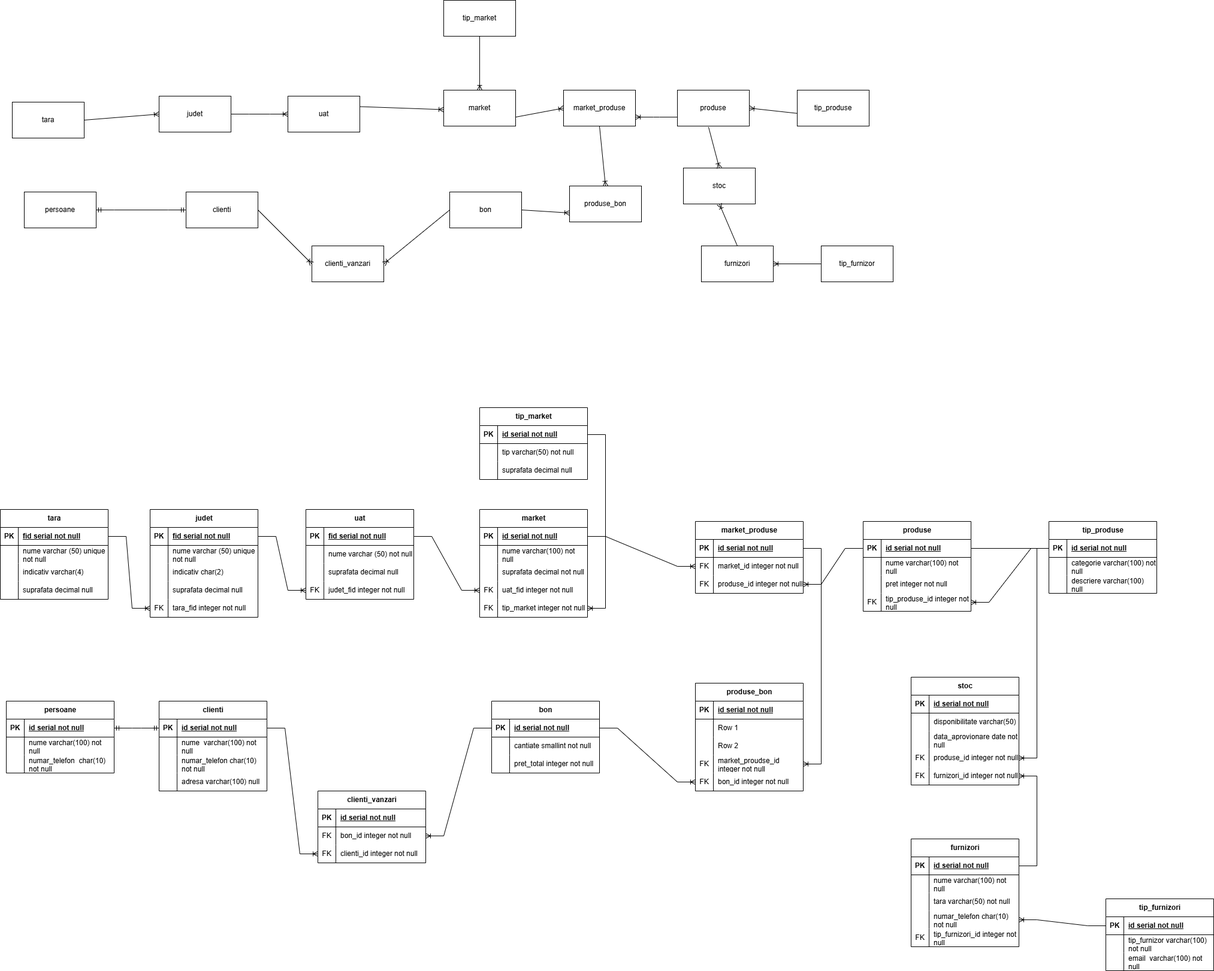
This is exercitiu_ora_abstract.drawio.png from RaulHeciko/exercitu_sem1_Raul, a draw.io export, as it was before one commit. Source tidied: cells renumbered, new cells last; positions are measured from the earlier drawing's top-left corner, leaving out a move shared by most shapes.
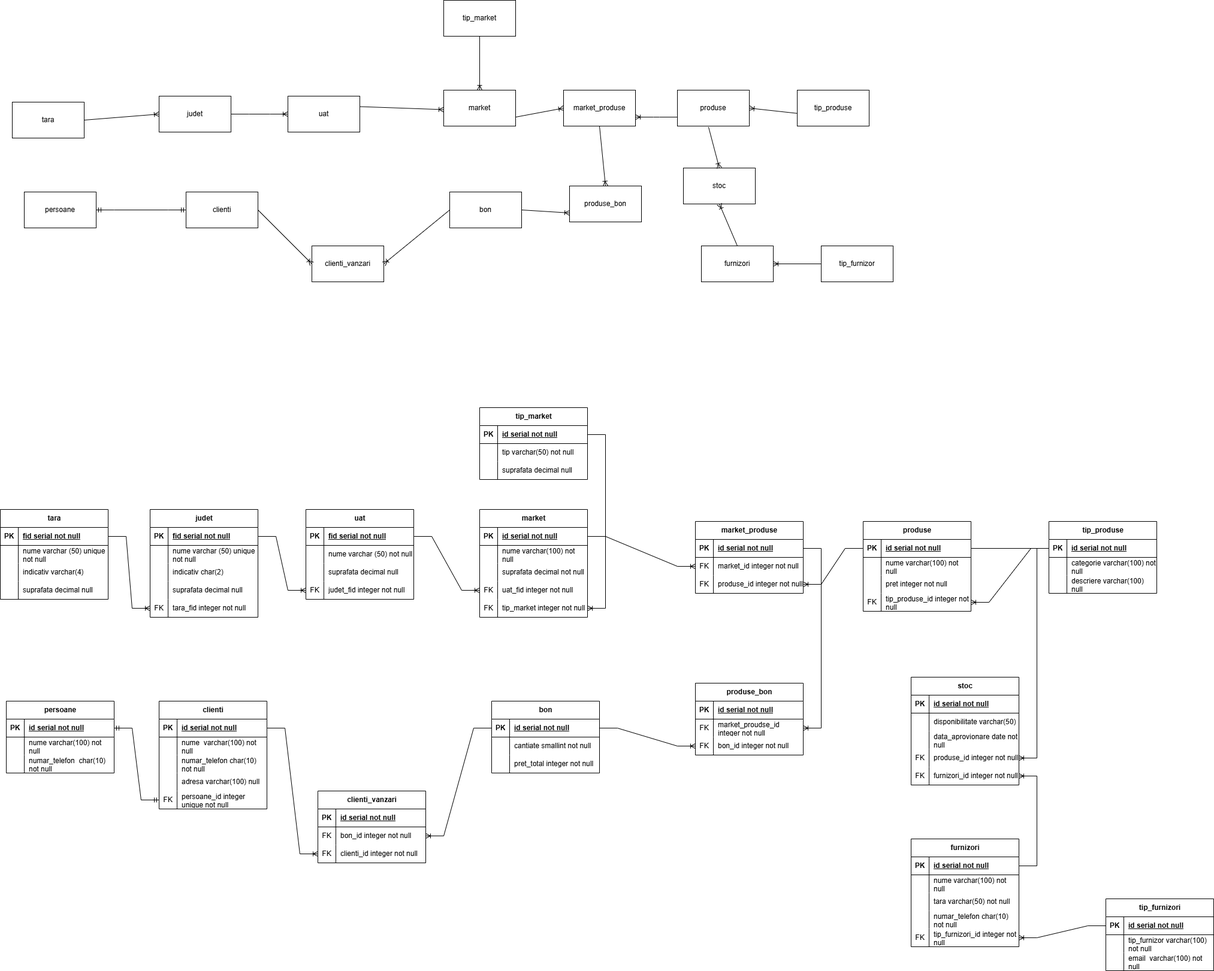
After the change.

Diff of the diagram source:
```diff
@@ -425,7 +425,7 @@
       <mxGeometry relative="1" as="geometry" />
     </mxCell>
     <mxCell id="141" value="produse_bon" style="shape=table;startSize=30;rowLines=0;fontStyle=1;align=center;html=1;" parent="1" vertex="1">
-      <mxGeometry x="1160" y="1140" width="180" height="180" as="geometry" />
+      <mxGeometry x="1160" y="1140" width="180" height="120" as="geometry" />
     </mxCell>
     <mxCell id="142" style="shape=tableRow;horizontal=0;startSize=0;swimlaneHead=0;swimlaneBody=0;fillColor=none;top=0;left=0;right=0;bottom=1;" parent="141" vertex="1">
       <mxGeometry y="30" width="180" height="30" as="geometry" />
@@ -436,26 +436,8 @@
     <mxCell id="144" value="id serial not null" style="shape=partialRectangle;fillColor=none;top=0;left=0;bottom=0;right=0;align=left;spacingLeft=6;fontStyle=5;overflow=hidden;whiteSpace=wrap;html=1;" parent="142" vertex="1">
       <mxGeometry x="30" width="150" height="30" as="geometry" />
     </mxCell>
-    <mxCell id="145" style="shape=tableRow;horizontal=0;startSize=0;swimlaneHead=0;swimlaneBody=0;fillColor=none;top=0;left=0;right=0;bottom=0;" parent="141" vertex="1">
-      <mxGeometry y="60" width="180" height="30" as="geometry" />
-    </mxCell>
-    <mxCell id="146" style="shape=partialRectangle;fillColor=none;top=0;left=0;bottom=0;right=0;overflow=hidden;whiteSpace=wrap;html=1;" parent="145" vertex="1">
-      <mxGeometry width="30" height="30" as="geometry" />
-    </mxCell>
-    <mxCell id="147" value="Row 1" style="shape=partialRectangle;fillColor=none;top=0;left=0;bottom=0;right=0;align=left;spacingLeft=6;overflow=hidden;whiteSpace=wrap;html=1;" parent="145" vertex="1">
-      <mxGeometry x="30" width="150" height="30" as="geometry" />
-    </mxCell>
-    <mxCell id="148" style="shape=tableRow;horizontal=0;startSize=0;swimlaneHead=0;swimlaneBody=0;fillColor=none;top=0;left=0;right=0;bottom=0;" parent="141" vertex="1">
-      <mxGeometry y="90" width="180" height="30" as="geometry" />
-    </mxCell>
-    <mxCell id="149" style="shape=partialRectangle;fillColor=none;top=0;left=0;bottom=0;right=0;overflow=hidden;whiteSpace=wrap;html=1;" parent="148" vertex="1">
-      <mxGeometry width="30" height="30" as="geometry" />
-    </mxCell>
-    <mxCell id="150" value="Row 2" style="shape=partialRectangle;fillColor=none;top=0;left=0;bottom=0;right=0;align=left;spacingLeft=6;overflow=hidden;whiteSpace=wrap;html=1;" parent="148" vertex="1">
-      <mxGeometry x="30" width="150" height="30" as="geometry" />
-    </mxCell>
     <mxCell id="151" style="shape=tableRow;horizontal=0;startSize=0;swimlaneHead=0;swimlaneBody=0;fillColor=none;points=[[0,0.5],[1,0.5]];portConstraint=eastwest;top=0;left=0;right=0;bottom=0;" parent="141" vertex="1">
-      <mxGeometry y="120" width="180" height="30" as="geometry" />
+      <mxGeometry y="60" width="180" height="30" as="geometry" />
     </mxCell>
     <mxCell id="152" value="FK" style="shape=partialRectangle;fillColor=none;top=0;left=0;bottom=0;right=0;overflow=hidden;whiteSpace=wrap;html=1;" parent="151" vertex="1">
       <mxGeometry width="30" height="30" as="geometry" />
@@ -464,7 +446,7 @@
       <mxGeometry x="30" width="150" height="30" as="geometry" />
     </mxCell>
     <mxCell id="154" style="shape=tableRow;horizontal=0;startSize=0;swimlaneHead=0;swimlaneBody=0;fillColor=none;points=[[0,0.5],[1,0.5]];portConstraint=eastwest;top=0;left=0;right=0;bottom=0;" parent="141" vertex="1">
-      <mxGeometry y="150" width="180" height="30" as="geometry" />
+      <mxGeometry y="90" width="180" height="30" as="geometry" />
     </mxCell>
     <mxCell id="155" value="FK" style="shape=partialRectangle;fillColor=none;top=0;left=0;bottom=0;right=0;overflow=hidden;whiteSpace=wrap;html=1;" parent="154" vertex="1">
       <mxGeometry width="30" height="30" as="geometry" />
@@ -542,7 +524,7 @@
       <mxGeometry relative="1" as="geometry" />
     </mxCell>
     <mxCell id="180" value="clienti" style="shape=table;startSize=30;rowLines=0;fontStyle=1;align=center;html=1;" parent="1" vertex="1">
-      <mxGeometry x="265" y="1170" width="180" height="150" as="geometry" />
+      <mxGeometry x="265" y="1170" width="180" height="180" as="geometry" />
     </mxCell>
     <mxCell id="181" style="shape=tableRow;horizontal=0;startSize=0;swimlaneHead=0;swimlaneBody=0;fillColor=none;points=[[0,0.5],[1,0.5]];portConstraint=eastwest;top=0;left=0;right=0;bottom=1;" parent="180" vertex="1">
       <mxGeometry y="30" width="180" height="30" as="geometry" />
@@ -580,6 +562,15 @@
     <mxCell id="192" value="adresa varchar(100) null" style="shape=partialRectangle;fillColor=none;top=0;left=0;bottom=0;right=0;align=left;spacingLeft=6;overflow=hidden;whiteSpace=wrap;html=1;" parent="190" vertex="1">
       <mxGeometry x="30" width="150" height="30" as="geometry" />
     </mxCell>
+    <mxCell id="250" style="shape=tableRow;horizontal=0;startSize=0;swimlaneHead=0;swimlaneBody=0;fillColor=none;points=[[0,0.5],[1,0.5]];portConstraint=eastwest;top=0;left=0;right=0;bottom=0;" parent="180" vertex="1">
+      <mxGeometry y="150" width="180" height="30" as="geometry" />
+    </mxCell>
+    <mxCell id="251" value="FK" style="shape=partialRectangle;fillColor=none;top=0;left=0;bottom=0;right=0;overflow=hidden;whiteSpace=wrap;html=1;" parent="250" vertex="1">
+      <mxGeometry width="30" height="30" as="geometry" />
+    </mxCell>
+    <mxCell id="252" value="persoane_id integer unique not null" style="shape=partialRectangle;fillColor=none;top=0;left=0;bottom=0;right=0;align=left;spacingLeft=6;overflow=hidden;whiteSpace=wrap;html=1;" parent="250" vertex="1">
+      <mxGeometry x="30" width="150" height="30" as="geometry" />
+    </mxCell>
     <mxCell id="193" style="edgeStyle=entityRelationEdgeStyle;fontSize=12;html=1;endArrow=ERoneToMany;rounded=0;exitX=1;exitY=0.5;exitDx=0;exitDy=0;entryX=0;entryY=0.5;entryDx=0;entryDy=0;" parent="1" edge="1" source="181" target="176">
       <mxGeometry relative="1" as="geometry" />
     </mxCell>
@@ -613,7 +604,7 @@
     <mxCell id="203" value="numar_telefon&amp;nbsp; char(10) not null" style="shape=partialRectangle;fillColor=none;top=0;left=0;bottom=0;right=0;align=left;spacingLeft=6;overflow=hidden;whiteSpace=wrap;html=1;" parent="201" vertex="1">
       <mxGeometry x="30" width="150" height="30" as="geometry" />
     </mxCell>
-    <mxCell id="204" style="edgeStyle=entityRelationEdgeStyle;fontSize=12;html=1;endArrow=ERmandOne;startArrow=ERmandOne;rounded=0;exitX=1;exitY=0.5;exitDx=0;exitDy=0;entryX=0;entryY=0.5;entryDx=0;entryDy=0;" parent="1" edge="1" source="195" target="181">
+    <mxCell id="204" style="edgeStyle=entityRelationEdgeStyle;fontSize=12;html=1;endArrow=ERmandOne;startArrow=ERmandOne;rounded=0;exitX=1;exitY=0.5;exitDx=0;exitDy=0;entryX=0;entryY=0.5;entryDx=0;entryDy=0;" parent="1" edge="1" source="195" target="250">
       <mxGeometry relative="1" as="geometry" />
     </mxCell>
     <mxCell id="205" value="stoc" style="shape=table;startSize=30;rowLines=0;fontStyle=1;align=center;html=1;" parent="1" vertex="1">
@@ -753,7 +744,7 @@
     <mxCell id="248" value="email&amp;nbsp; varchar(100) not null" style="shape=partialRectangle;fillColor=none;top=0;left=0;bottom=0;right=0;align=left;spacingLeft=6;overflow=hidden;whiteSpace=wrap;html=1;" parent="246" vertex="1">
       <mxGeometry x="30" width="150" height="30" as="geometry" />
     </mxCell>
-    <mxCell id="249" style="edgeStyle=entityRelationEdgeStyle;fontSize=12;html=1;endArrow=ERoneToMany;rounded=0;exitX=0;exitY=0.5;exitDx=0;exitDy=0;" parent="1" edge="1" source="240" target="232">
+    <mxCell id="249" style="edgeStyle=entityRelationEdgeStyle;fontSize=12;html=1;endArrow=ERoneToMany;rounded=0;exitX=0;exitY=0.5;exitDx=0;exitDy=0;" parent="1" edge="1" source="240" target="235">
       <mxGeometry relative="1" as="geometry" />
     </mxCell>
   </root>
```
